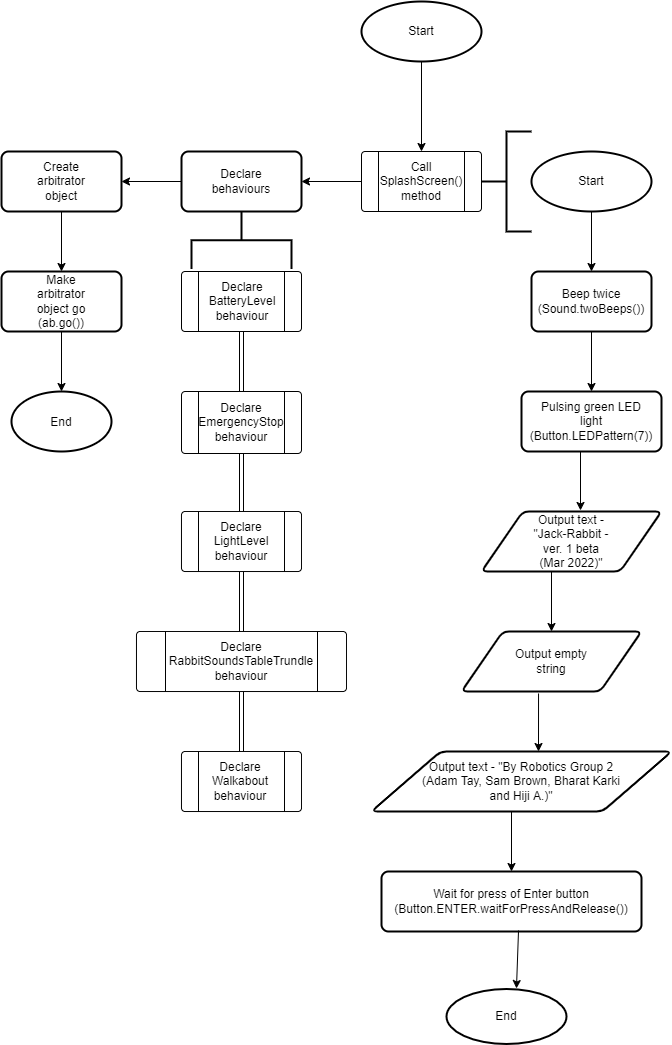
Before: Final submission/ControlFlow.png, a diagram exported from draw.io (XLmT09/Bunny-Robot). Source tidied: cells renumbered, new cells last; positions are measured from the earlier drawing's top-left corner, leaving out a move shared by most shapes.
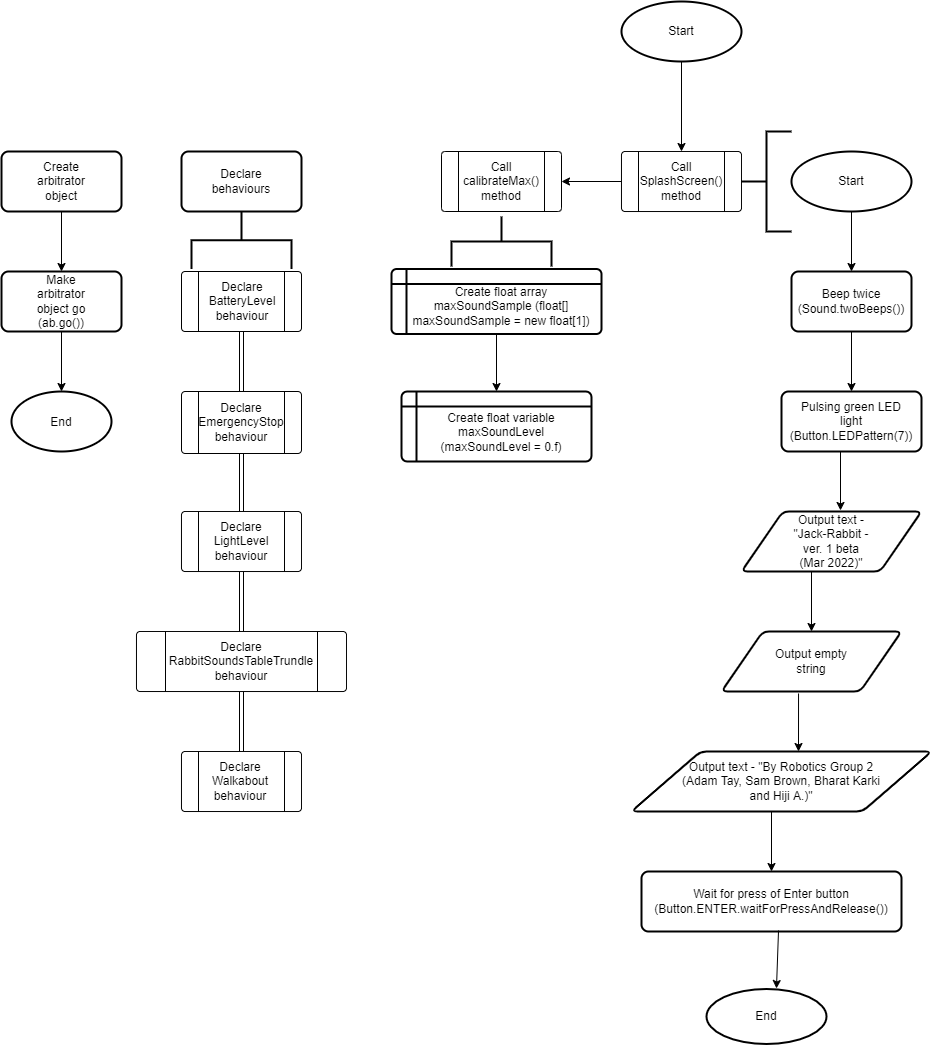
After the change.

What changed in the source:
```diff
@@ -120,7 +120,7 @@
       </mxGeometry>
     </mxCell>
     <mxCell id="37" style="group;" parent="1" vertex="1">
-      <mxGeometry x="180" y="150" width="120" height="117.5" as="geometry" />
+      <mxGeometry x="-80" y="150" width="120" height="117.5" as="geometry" />
     </mxCell>
     <mxCell id="38" style="group;" parent="37" vertex="1">
       <mxGeometry width="120" height="100" as="geometry" />
@@ -138,7 +138,7 @@
       <mxGeometry x="31.2" y="38.8" width="57.5" height="100" as="geometry" />
     </mxCell>
     <mxCell id="43" style="group;" parent="1" vertex="1">
-      <mxGeometry x="180" y="390" width="120" height="62" as="geometry" />
+      <mxGeometry x="-80" y="390" width="120" height="62" as="geometry" />
     </mxCell>
     <mxCell id="44" style="verticalLabelPosition=bottom;verticalAlign=top;html=1;shape=process;whiteSpace=wrap;rounded=1;size=0.14;arcSize=6;hachureGap=4;" parent="43" vertex="1">
       <mxGeometry width="120" height="62" as="geometry" />
@@ -147,7 +147,7 @@
       <mxGeometry x="30" y="16" width="60" height="30" as="geometry" />
     </mxCell>
     <mxCell id="46" style="group;" parent="1" vertex="1">
-      <mxGeometry x="180" y="270" width="120" height="60" as="geometry" />
+      <mxGeometry x="-80" y="270" width="120" height="60" as="geometry" />
     </mxCell>
     <mxCell id="47" style="verticalLabelPosition=bottom;verticalAlign=top;html=1;shape=process;whiteSpace=wrap;rounded=1;size=0.14;arcSize=6;hachureGap=4;" parent="46" vertex="1">
       <mxGeometry width="120" height="60" as="geometry" />
@@ -159,7 +159,7 @@
       <mxGeometry relative="1" as="geometry" />
     </mxCell>
     <mxCell id="50" style="group;" parent="1" vertex="1">
-      <mxGeometry x="135" y="630" width="210" height="60" as="geometry" />
+      <mxGeometry x="-125" y="630" width="210" height="60" as="geometry" />
     </mxCell>
     <mxCell id="51" style="verticalLabelPosition=bottom;verticalAlign=top;html=1;shape=process;whiteSpace=wrap;rounded=1;size=0.14;arcSize=6;hachureGap=4;" parent="50" vertex="1">
       <mxGeometry width="210" height="60" as="geometry" />
@@ -167,11 +167,8 @@
     <mxCell id="52" value="Declare RabbitSoundsTableTrundle behaviour" style="text;strokeColor=none;fillColor=none;html=1;align=center;verticalAlign=middle;whiteSpace=wrap;rounded=0;hachureGap=4;" parent="50" vertex="1">
       <mxGeometry x="75" y="15" width="60" height="30" as="geometry" />
     </mxCell>
-    <mxCell id="53" style="endArrow=classic;html=1;rounded=0;sourcePerimeterSpacing=8;targetPerimeterSpacing=8;exitX=0;exitY=0.5;exitDx=0;exitDy=0;entryX=1;entryY=0.5;entryDx=0;entryDy=0;" parent="1" edge="1" source="40" target="55">
-      <mxGeometry relative="1" as="geometry" />
-    </mxCell>
     <mxCell id="54" style="group;" parent="1" vertex="1">
-      <mxGeometry y="150" width="120" height="100" as="geometry" />
+      <mxGeometry x="-260" y="150" width="120" height="100" as="geometry" />
     </mxCell>
     <mxCell id="55" style="rounded=1;whiteSpace=wrap;html=1;absoluteArcSize=1;arcSize=14;strokeWidth=2;hachureGap=4;" parent="54" vertex="1">
       <mxGeometry width="120" height="60" as="geometry" />
@@ -183,7 +180,7 @@
       <mxGeometry relative="1" as="geometry" />
     </mxCell>
     <mxCell id="58" style="group;" parent="1" vertex="1">
-      <mxGeometry y="270" width="120" height="100" as="geometry" />
+      <mxGeometry x="-260" y="270" width="120" height="100" as="geometry" />
     </mxCell>
     <mxCell id="59" style="rounded=1;whiteSpace=wrap;html=1;absoluteArcSize=1;arcSize=14;strokeWidth=2;hachureGap=4;" parent="58" vertex="1">
       <mxGeometry width="120" height="60" as="geometry" />
@@ -192,7 +189,7 @@
       <mxGeometry x="30" y="15" width="60" height="30" as="geometry" />
     </mxCell>
     <mxCell id="61" style="group;" parent="1" vertex="1">
-      <mxGeometry x="180" y="510" width="120" height="60" as="geometry" />
+      <mxGeometry x="-80" y="510" width="120" height="60" as="geometry" />
     </mxCell>
     <mxCell id="62" style="verticalLabelPosition=bottom;verticalAlign=top;html=1;shape=process;whiteSpace=wrap;rounded=1;size=0.14;arcSize=6;hachureGap=4;" parent="61" vertex="1">
       <mxGeometry width="120" height="60" as="geometry" />
@@ -203,13 +200,11 @@
     <mxCell id="64" style="edgeStyle=none;rounded=0;jettySize=auto;html=1;exitX=0.5;exitY=1;exitDx=0;exitDy=0;entryX=0.5;entryY=0;entryDx=0;entryDy=0;endArrow=open;sourcePerimeterSpacing=8;targetPerimeterSpacing=8;shape=link;" parent="1" edge="1" source="44" target="62">
       <mxGeometry relative="1" as="geometry" />
     </mxCell>
-    <mxCell id="65" style="edgeStyle=none;shape=link;rounded=0;jettySize=auto;html=1;exitX=0.5;exitY=1;exitDx=0;exitDy=0;entryX=0.5;entryY=0;entryDx=0;entryDy=0;endArrow=open;sourcePerimeterSpacing=8;targetPerimeterSpacing=8;" parent="1" edge="1" source="62">
-      <mxGeometry relative="1" as="geometry">
-        <mxPoint x="240" y="630" as="targetPoint" />
-      </mxGeometry>
+    <mxCell id="65" style="edgeStyle=none;shape=link;rounded=0;jettySize=auto;html=1;exitX=0.5;exitY=1;exitDx=0;exitDy=0;entryX=0.5;entryY=0;entryDx=0;entryDy=0;endArrow=open;sourcePerimeterSpacing=8;targetPerimeterSpacing=8;" parent="1" edge="1" source="62" target="51">
+      <mxGeometry relative="1" as="geometry" />
     </mxCell>
     <mxCell id="66" style="group;" parent="1" vertex="1">
-      <mxGeometry x="180" y="750" width="120" height="60" as="geometry" />
+      <mxGeometry x="-80" y="750" width="120" height="60" as="geometry" />
     </mxCell>
     <mxCell id="67" style="verticalLabelPosition=bottom;verticalAlign=top;html=1;shape=process;whiteSpace=wrap;rounded=1;size=0.14;arcSize=6;hachureGap=4;" parent="66" vertex="1">
       <mxGeometry width="120" height="60" as="geometry" />
@@ -230,7 +225,7 @@
       <mxGeometry x="30" y="12.5" width="60" height="30" as="geometry" />
     </mxCell>
     <mxCell id="73" style="group;" parent="1" vertex="1">
-      <mxGeometry x="10" y="390" width="100" height="60" as="geometry" />
+      <mxGeometry x="-250" y="390" width="100" height="60" as="geometry" />
     </mxCell>
     <mxCell id="74" style="strokeWidth=2;html=1;shape=mxgraph.flowchart.start_1;whiteSpace=wrap;hachureGap=4;" parent="73" vertex="1">
       <mxGeometry width="100" height="60" as="geometry" />
@@ -241,5 +236,38 @@
     <mxCell id="76" style="endArrow=classic;html=1;rounded=0;sourcePerimeterSpacing=8;targetPerimeterSpacing=8;curved=1;entryX=0.5;entryY=0;entryDx=0;entryDy=0;entryPerimeter=0;exitX=0.5;exitY=1;exitDx=0;exitDy=0;" parent="1" edge="1" source="59" target="74">
       <mxGeometry relative="1" as="geometry" />
     </mxCell>
+    <mxCell id="77" style="group;" parent="1" vertex="1">
+      <mxGeometry x="180" y="150" width="120" height="74" as="geometry" />
+    </mxCell>
+    <mxCell id="78" style="verticalLabelPosition=bottom;verticalAlign=top;html=1;shape=process;whiteSpace=wrap;rounded=1;size=0.14;arcSize=6;hachureGap=4;" parent="77" vertex="1">
+      <mxGeometry width="120" height="60" as="geometry" />
+    </mxCell>
+    <mxCell id="79" value="Call calibrateMax() method" style="text;html=1;strokeColor=none;fillColor=none;align=center;verticalAlign=middle;whiteSpace=wrap;rounded=0;hachureGap=4;" parent="77" vertex="1">
+      <mxGeometry x="30" y="15" width="60" height="30" as="geometry" />
+    </mxCell>
+    <mxCell id="80" style="strokeWidth=2;html=1;shape=mxgraph.flowchart.annotation_2;align=left;labelPosition=right;hachureGap=4;rotation=90;" parent="1" vertex="1">
+      <mxGeometry x="215" y="190" width="50" height="100" as="geometry" />
+    </mxCell>
+    <mxCell id="81" style="group;" parent="1" vertex="1">
+      <mxGeometry x="130" y="267.5" width="210" height="65" as="geometry" />
+    </mxCell>
+    <mxCell id="82" style="shape=internalStorage;whiteSpace=wrap;html=1;dx=15;dy=15;rounded=1;arcSize=8;strokeWidth=2;hachureGap=4;" parent="81" vertex="1">
+      <mxGeometry width="210" height="65" as="geometry" />
+    </mxCell>
+    <mxCell id="83" value="Create float array maxSoundSample (float[] maxSoundSample = new float[1])" style="text;html=1;strokeColor=none;fillColor=none;align=center;verticalAlign=middle;whiteSpace=wrap;rounded=0;hachureGap=4;" parent="81" vertex="1">
+      <mxGeometry x="20" y="22.5" width="180" height="30" as="geometry" />
+    </mxCell>
+    <mxCell id="84" style="group;" parent="1" vertex="1">
+      <mxGeometry x="140" y="390" width="190" height="70" as="geometry" />
+    </mxCell>
+    <mxCell id="85" style="shape=internalStorage;whiteSpace=wrap;html=1;dx=15;dy=15;rounded=1;arcSize=8;strokeWidth=2;hachureGap=4;" parent="84" vertex="1">
+      <mxGeometry width="190" height="70" as="geometry" />
+    </mxCell>
+    <mxCell id="86" value="Create float variable maxSoundLevel (maxSoundLevel = 0.f)" style="text;html=1;strokeColor=none;fillColor=none;align=center;verticalAlign=middle;whiteSpace=wrap;rounded=0;hachureGap=4;" parent="84" vertex="1">
+      <mxGeometry x="35" y="26" width="130" height="30" as="geometry" />
+    </mxCell>
+    <mxCell id="87" style="endArrow=classic;html=1;rounded=0;sourcePerimeterSpacing=8;targetPerimeterSpacing=8;curved=1;entryX=0.5;entryY=0;entryDx=0;entryDy=0;exitX=0.5;exitY=1;exitDx=0;exitDy=0;" parent="1" edge="1" source="82" target="85">
+      <mxGeometry relative="1" as="geometry" />
+    </mxCell>
   </root>
 </mxGraphModel>
```
